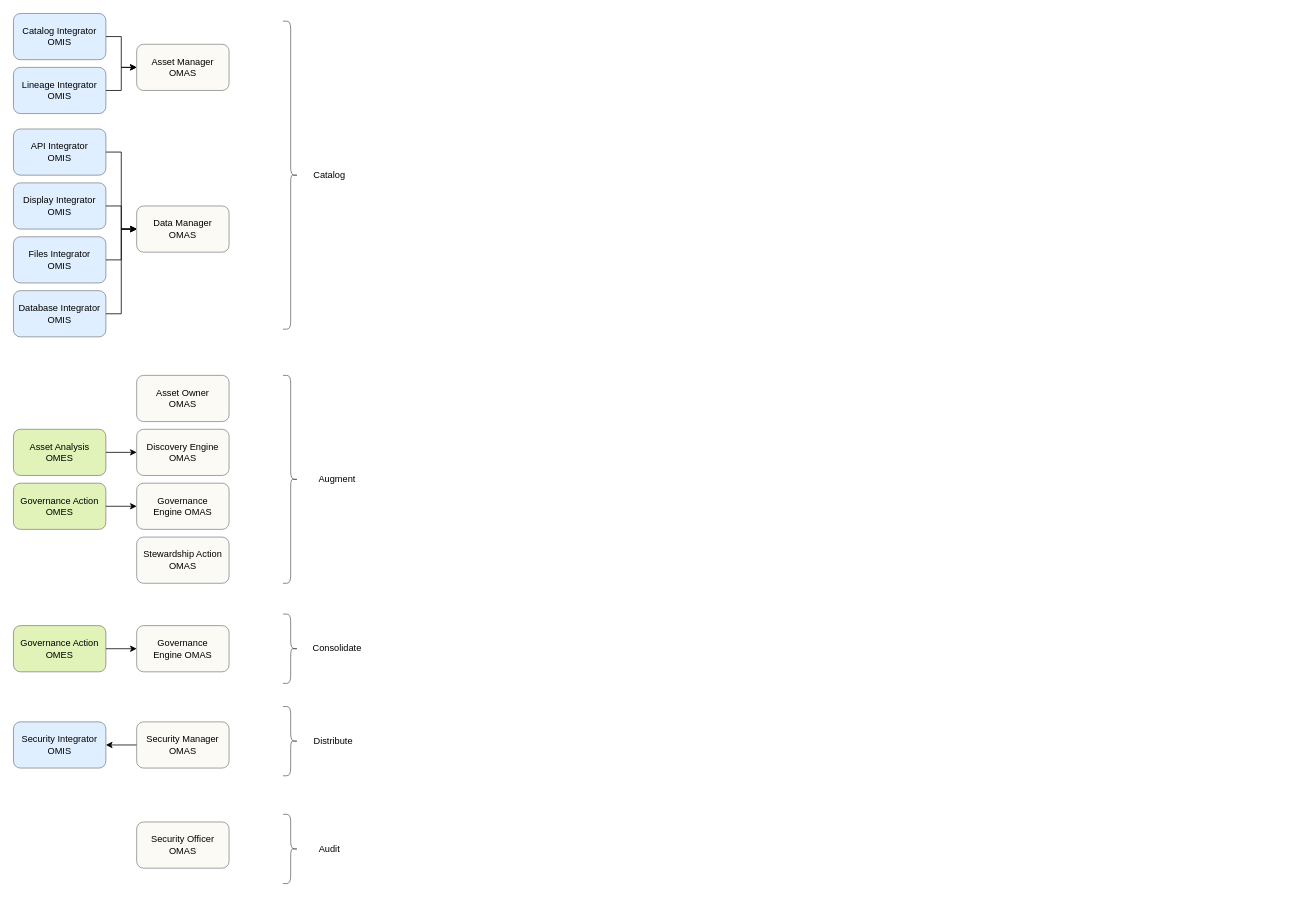
The draw.io diagram page "technology" (4 of 4) of site/docs/features/synchronized-access-control/security-tags.drawio in odpi/egeria-docs, before the edit. Source tidied: cells renumbered, new cells numbered last; positions are measured from the earlier drawing's top-left corner, leaving out a move shared by most shapes. Both pictures are drawn from the tidied source at 77%, with x=0, y=0 at pixel (13, 13).
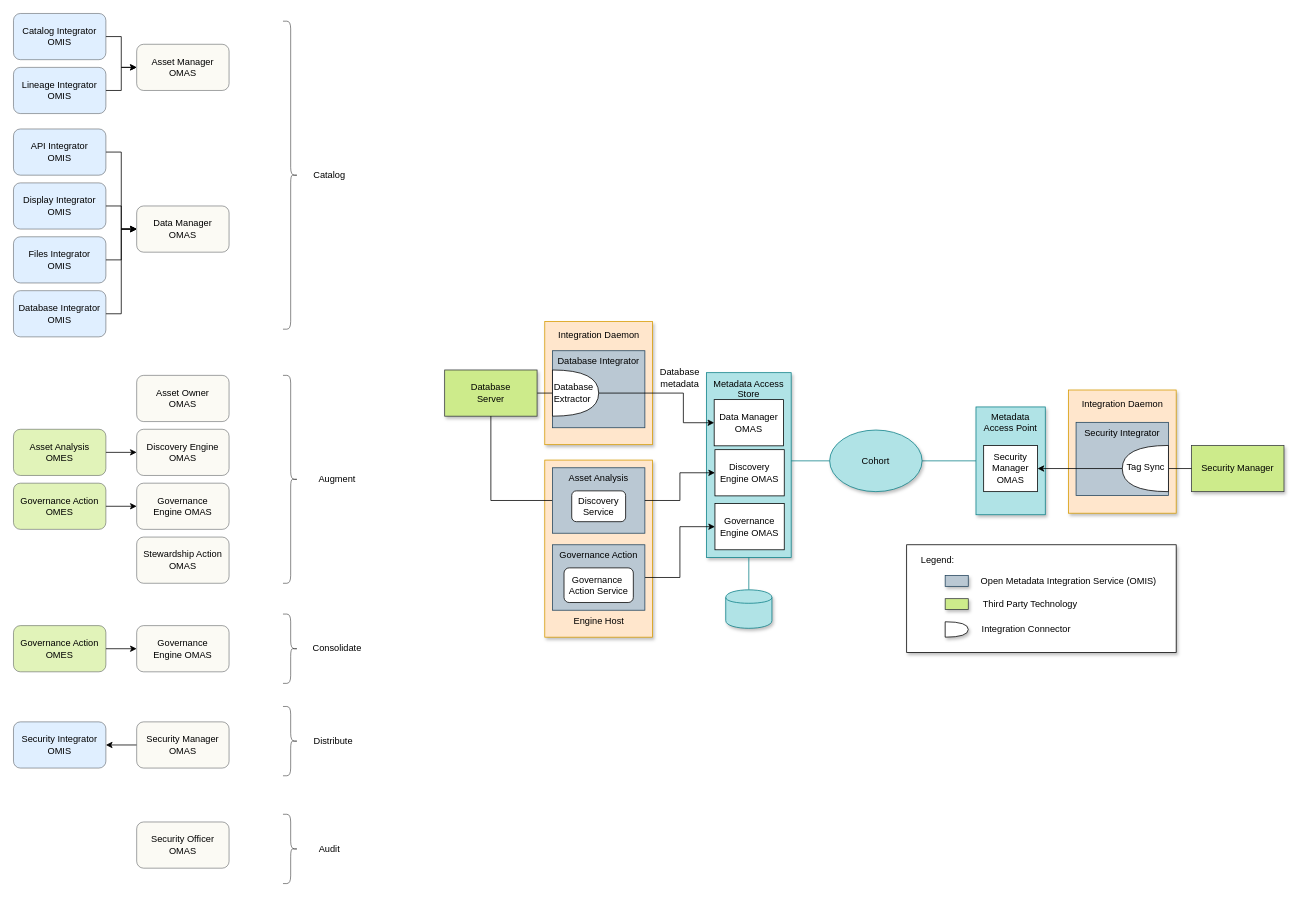
The same page after the edit.

Change to the diagram source:
```diff
@@
+    <mxCell id="41" style="edgeStyle=orthogonalEdgeStyle;rounded=0;jettySize=auto;html=1;exitX=1;exitY=0.5;exitDx=0;exitDy=0;endArrow=none;endFill=0;fillColor=#b0e3e6;strokeColor=#0e8088;" parent="1" edge="1" source="42" target="54">
+      <mxGeometry relative="1" as="geometry" />
+    </mxCell>
+    <mxCell id="42" value="Cohort" style="ellipse;whiteSpace=wrap;html=1;fillColor=#b0e3e6;strokeColor=#0e8088;shadow=1;" parent="1" vertex="1">
+      <mxGeometry x="1060" y="541" width="120" height="80" as="geometry" />
+    </mxCell>
+    <mxCell id="43" value="Metadata Access Store" style="rounded=0;whiteSpace=wrap;html=1;fillColor=#b0e3e6;strokeColor=#0e8088;shadow=1;verticalAlign=top;" parent="1" vertex="1">
+      <mxGeometry x="900" y="466.5" width="110" height="240" as="geometry" />
+    </mxCell>
+    <mxCell id="44" style="edgeStyle=none;rounded=0;jettySize=auto;html=1;exitX=1;exitY=0.5;exitDx=0;exitDy=0;entryX=0;entryY=0.5;entryDx=0;entryDy=0;endArrow=none;endFill=0;fillColor=#b0e3e6;strokeColor=#0e8088;" parent="1" edge="1" target="42">
+      <mxGeometry relative="1" as="geometry">
+        <mxPoint x="1010" y="581" as="sourcePoint" />
+      </mxGeometry>
+    </mxCell>
+    <mxCell id="45" value="Data Manager OMAS" style="rounded=0;whiteSpace=wrap;html=1;" parent="1" vertex="1">
+      <mxGeometry x="910" y="501.5" width="90" height="60" as="geometry" />
+    </mxCell>
+    <mxCell id="46" style="rounded=0;whiteSpace=wrap;html=1;fillColor=#ffe6cc;strokeColor=#d79b00;shadow=1;" parent="1" vertex="1">
+      <mxGeometry x="690" y="400" width="140" height="160" as="geometry" />
+    </mxCell>
+    <mxCell id="47" style="edgeStyle=none;rounded=0;jettySize=auto;html=1;entryX=0;entryY=0.5;entryDx=0;entryDy=0;entryPerimeter=0;endArrow=none;endFill=0;" parent="1" edge="1" source="48" target="51">
+      <mxGeometry relative="1" as="geometry" />
+    </mxCell>
+    <mxCell id="48" value="Database&lt;br&gt;Server" style="rounded=0;whiteSpace=wrap;html=1;fillColor=#cdeb8b;strokeColor=#36393d;shadow=1;" parent="1" vertex="1">
+      <mxGeometry x="560" y="463" width="120" height="60" as="geometry" />
+    </mxCell>
+    <mxCell id="49" value="Database Integrator" style="rounded=0;whiteSpace=wrap;html=1;verticalAlign=top;fillColor=#bac8d3;strokeColor=#23445d;" parent="1" vertex="1">
+      <mxGeometry x="700" y="438" width="120" height="100" as="geometry" />
+    </mxCell>
+    <mxCell id="50" style="edgeStyle=orthogonalEdgeStyle;rounded=0;jettySize=auto;html=1;exitX=1;exitY=0.5;exitDx=0;exitDy=0;exitPerimeter=0;entryX=0;entryY=0.5;entryDx=0;entryDy=0;endArrow=classic;endFill=1;" parent="1" edge="1" source="51" target="45">
+      <mxGeometry relative="1" as="geometry">
+        <Array as="points">
+          <mxPoint x="870" y="493" />
+          <mxPoint x="870" y="532" />
+        </Array>
+      </mxGeometry>
+    </mxCell>
+    <mxCell id="51" value="Database&lt;br&gt;Extractor" style="shape=or;whiteSpace=wrap;html=1;align=left;" parent="1" vertex="1">
+      <mxGeometry x="700" y="463" width="60" height="60" as="geometry" />
+    </mxCell>
+    <mxCell id="52" value="Database&lt;br&gt;metadata" style="text;html=1;align=center;verticalAlign=middle;" parent="1" vertex="1">
+      <mxGeometry x="830" y="458" width="70" height="30" as="geometry" />
+    </mxCell>
+    <mxCell id="53" value="Integration Daemon" style="text;html=1;align=center;verticalAlign=middle;" parent="1" vertex="1">
+      <mxGeometry x="700" y="408" width="120" height="20" as="geometry" />
+    </mxCell>
+    <mxCell id="54" value="Metadata Access Point" style="rounded=0;whiteSpace=wrap;html=1;verticalAlign=top;fillColor=#b0e3e6;strokeColor=#0e8088;shadow=1;" parent="1" vertex="1">
+      <mxGeometry x="1250" y="511" width="90" height="140" as="geometry" />
+    </mxCell>
+    <mxCell id="55" value="Security&lt;br&gt;Manager&lt;br&gt;OMAS" style="rounded=0;whiteSpace=wrap;html=1;" parent="1" vertex="1">
+      <mxGeometry x="1260" y="561" width="70" height="60" as="geometry" />
+    </mxCell>
+    <mxCell id="56" value="Security Manager" style="rounded=0;whiteSpace=wrap;html=1;fillColor=#cdeb8b;strokeColor=#36393d;shadow=1;" parent="1" vertex="1">
+      <mxGeometry x="1530" y="561" width="120" height="60" as="geometry" />
+    </mxCell>
+    <mxCell id="57" style="rounded=0;whiteSpace=wrap;html=1;fillColor=#ffe6cc;strokeColor=#d79b00;shadow=1;" parent="1" vertex="1">
+      <mxGeometry x="690" y="580" width="140" height="230" as="geometry" />
+    </mxCell>
+    <mxCell id="58" value="Engine Host" style="text;html=1;align=center;verticalAlign=middle;" parent="1" vertex="1">
+      <mxGeometry x="720" y="780" width="80" height="20" as="geometry" />
+    </mxCell>
+    <mxCell id="59" style="edgeStyle=orthogonalEdgeStyle;rounded=0;jettySize=auto;html=1;entryX=0.5;entryY=1;entryDx=0;entryDy=0;endArrow=none;endFill=0;" parent="1" edge="1" source="60" target="48">
+      <mxGeometry relative="1" as="geometry" />
+    </mxCell>
+    <mxCell id="60" value="Asset Analysis" style="rounded=0;whiteSpace=wrap;html=1;verticalAlign=top;fillColor=#bac8d3;strokeColor=#23445d;" parent="1" vertex="1">
+      <mxGeometry x="700" y="590" width="120" height="85" as="geometry" />
+    </mxCell>
+    <mxCell id="61" value="Discovery Service" style="rounded=1;whiteSpace=wrap;html=1;" parent="1" vertex="1">
+      <mxGeometry x="725" y="620" width="70" height="40" as="geometry" />
+    </mxCell>
+    <mxCell id="62" style="edgeStyle=orthogonalEdgeStyle;rounded=0;jettySize=auto;html=1;exitX=1;exitY=0.5;exitDx=0;exitDy=0;entryX=0;entryY=0.5;entryDx=0;entryDy=0;endArrow=classic;endFill=1;" parent="1" edge="1" source="63" target="80">
+      <mxGeometry relative="1" as="geometry" />
+    </mxCell>
+    <mxCell id="63" value="Governance Action" style="rounded=0;whiteSpace=wrap;html=1;verticalAlign=top;fillColor=#bac8d3;strokeColor=#23445d;" parent="1" vertex="1">
+      <mxGeometry x="700" y="690" width="120" height="85" as="geometry" />
+    </mxCell>
+    <mxCell id="64" value="Governance&amp;nbsp;&lt;br&gt;Action Service" style="rounded=1;whiteSpace=wrap;html=1;" parent="1" vertex="1">
+      <mxGeometry x="715" y="720" width="90" height="45" as="geometry" />
+    </mxCell>
+    <mxCell id="65" style="rounded=0;whiteSpace=wrap;html=1;align=right;shadow=1;" parent="1" vertex="1">
+      <mxGeometry x="1160" y="690" width="350" height="140" as="geometry" />
+    </mxCell>
+    <mxCell id="66" style="shape=or;whiteSpace=wrap;html=1;align=left;shadow=1;" parent="1" vertex="1">
+      <mxGeometry x="1210" y="790" width="30" height="20" as="geometry" />
+    </mxCell>
+    <mxCell id="67" value="Integration Connector" style="text;html=1;align=center;verticalAlign=middle;shadow=1;" parent="1" vertex="1">
+      <mxGeometry x="1250" y="790" width="130" height="20" as="geometry" />
+    </mxCell>
+    <mxCell id="68" style="rounded=0;whiteSpace=wrap;html=1;fillColor=#cdeb8b;strokeColor=#36393d;shadow=1;" parent="1" vertex="1">
+      <mxGeometry x="1210" y="760" width="30" height="14" as="geometry" />
+    </mxCell>
+    <mxCell id="69" value="Third Party Technology" style="text;html=1;align=center;verticalAlign=middle;shadow=1;" parent="1" vertex="1">
+      <mxGeometry x="1250" y="757" width="140" height="20" as="geometry" />
+    </mxCell>
+    <mxCell id="70" style="rounded=0;whiteSpace=wrap;html=1;verticalAlign=top;fillColor=#bac8d3;strokeColor=#23445d;shadow=1;" parent="1" vertex="1">
+      <mxGeometry x="1210" y="730" width="30" height="14" as="geometry" />
+    </mxCell>
+    <mxCell id="71" value="Open Metadata Integration Service (OMIS)" style="text;html=1;align=center;verticalAlign=middle;shadow=1;" parent="1" vertex="1">
+      <mxGeometry x="1250" y="727" width="240" height="20" as="geometry" />
+    </mxCell>
+    <mxCell id="72" value="Legend:" style="text;html=1;align=center;verticalAlign=middle;shadow=1;" parent="1" vertex="1">
+      <mxGeometry x="1170" y="700" width="60" height="20" as="geometry" />
+    </mxCell>
+    <mxCell id="73" style="rounded=0;whiteSpace=wrap;html=1;fillColor=#ffe6cc;strokeColor=#d79b00;shadow=1;" parent="1" vertex="1">
+      <mxGeometry x="1370" y="489" width="140" height="160" as="geometry" />
+    </mxCell>
+    <mxCell id="74" value="Integration Daemon" style="text;html=1;align=center;verticalAlign=middle;" parent="1" vertex="1">
+      <mxGeometry x="1380" y="497" width="120" height="20" as="geometry" />
+    </mxCell>
+    <mxCell id="75" value="Security Integrator" style="rounded=0;whiteSpace=wrap;html=1;verticalAlign=top;fillColor=#bac8d3;strokeColor=#23445d;" parent="1" vertex="1">
+      <mxGeometry x="1380" y="531" width="120" height="95" as="geometry" />
+    </mxCell>
+    <mxCell id="76" style="edgeStyle=none;rounded=0;jettySize=auto;html=1;entryX=0;entryY=0.5;entryDx=0;entryDy=0;entryPerimeter=0;endArrow=none;endFill=0;exitX=0;exitY=0.5;exitDx=0;exitDy=0;" parent="1" edge="1" source="56" target="77">
+      <mxGeometry relative="1" as="geometry" />
+    </mxCell>
+    <mxCell id="77" style="shape=or;whiteSpace=wrap;html=1;align=left;rotation=-180;" parent="1" vertex="1">
+      <mxGeometry x="1440" y="561" width="60" height="60" as="geometry" />
+    </mxCell>
+    <mxCell id="78" value="Tag Sync" style="text;html=1;align=center;verticalAlign=middle;strokeColor=none;fillColor=none;" parent="1" vertex="1">
+      <mxGeometry x="1440" y="579" width="60" height="20" as="geometry" />
+    </mxCell>
+    <mxCell id="79" style="edgeStyle=orthogonalEdgeStyle;rounded=0;jettySize=auto;html=1;endArrow=classic;endFill=1;entryX=1;entryY=0.5;entryDx=0;entryDy=0;" parent="1" edge="1" source="77" target="55">
+      <mxGeometry relative="1" as="geometry" />
+    </mxCell>
+    <mxCell id="80" value="Governance&lt;br&gt;Engine OMAS" style="rounded=0;whiteSpace=wrap;html=1;" parent="1" vertex="1">
+      <mxGeometry x="911" y="636.5" width="90" height="60" as="geometry" />
+    </mxCell>
+    <mxCell id="81" style="edgeStyle=orthogonalEdgeStyle;rounded=0;jettySize=auto;html=1;exitX=0.5;exitY=0;exitDx=0;exitDy=0;endArrow=none;endFill=0;fillColor=#b0e3e6;strokeColor=#0e8088;entryX=0.5;entryY=1;entryDx=0;entryDy=0;" parent="1" edge="1" source="82" target="43">
+      <mxGeometry relative="1" as="geometry" />
+    </mxCell>
+    <mxCell id="82" style="shape=cylinder;whiteSpace=wrap;html=1;boundedLbl=1;backgroundOutline=1;fillColor=#b0e3e6;strokeColor=#0e8088;shadow=1;" parent="1" vertex="1">
+      <mxGeometry x="925" y="748.5" width="60" height="50" as="geometry" />
+    </mxCell>
+    <mxCell id="83" value="Discovery&lt;br&gt;Engine OMAS" style="rounded=0;whiteSpace=wrap;html=1;" parent="1" vertex="1">
+      <mxGeometry x="911" y="566.5" width="90" height="60" as="geometry" />
+    </mxCell>
+    <mxCell id="84" style="edgeStyle=orthogonalEdgeStyle;rounded=0;jettySize=auto;html=1;exitX=1;exitY=0.5;exitDx=0;exitDy=0;entryX=0;entryY=0.5;entryDx=0;entryDy=0;endArrow=classic;endFill=1;" parent="1" edge="1" source="60" target="83">
+      <mxGeometry relative="1" as="geometry" />
+    </mxCell>
```
